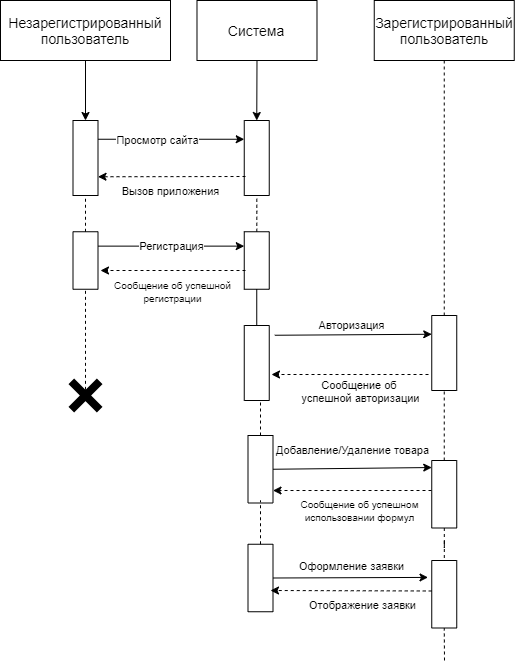
Before: Диаграммы/Диаграмма последовательности.png, a diagram exported from draw.io (NadenkaTropanova/Warehouse). Source tidied: cells renumbered, new cells last; positions are measured from the earlier drawing's top-left corner, leaving out a move shared by most shapes.
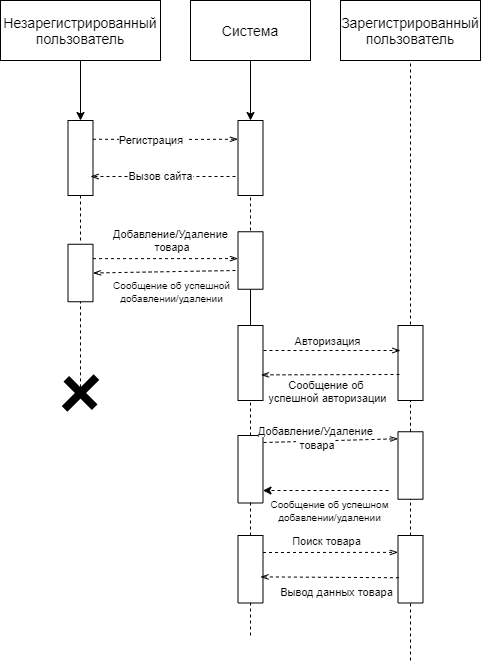
After the commit.

The edit, as a diff of the source:
```diff
@@ -2,173 +2,193 @@
   <root>
     <mxCell id="0" />
     <mxCell id="1" parent="0" />
-    <mxCell id="2" value="&lt;span style=&quot;font-size: 14px&quot;&gt;Незарегистрированный пользователь&lt;/span&gt;" style="rounded=0;whiteSpace=wrap;html=1;" parent="1" vertex="1">
-      <mxGeometry width="170" height="60" as="geometry" />
+    <mxCell id="2" value="&lt;font style=&quot;font-size: 14px&quot;&gt;Незарегистрированный пользователь&lt;/font&gt;" style="rounded=0;whiteSpace=wrap;html=1;" parent="1" vertex="1">
+      <mxGeometry x="100" y="330" width="160" height="60" as="geometry" />
     </mxCell>
     <mxCell id="3" value="&lt;font style=&quot;font-size: 14px&quot;&gt;Система&lt;/font&gt;" style="rounded=0;whiteSpace=wrap;html=1;" parent="1" vertex="1">
-      <mxGeometry x="196.5" width="120" height="60" as="geometry" />
+      <mxGeometry x="290" y="330" width="120" height="60" as="geometry" />
     </mxCell>
     <mxCell id="4" value="&lt;font style=&quot;font-size: 14px&quot;&gt;Зарегистрированный пользователь&lt;/font&gt;" style="rounded=0;whiteSpace=wrap;html=1;" parent="1" vertex="1">
-      <mxGeometry x="373.8" width="140" height="60" as="geometry" />
+      <mxGeometry x="440" y="330" width="140" height="60" as="geometry" />
     </mxCell>
-    <mxCell id="5" style="endArrow=classic;html=1;exitX=0.5;exitY=1;exitDx=0;exitDy=0;entryX=0;entryY=0.5;entryDx=0;entryDy=0;" parent="1" edge="1" source="2" target="7">
-      <mxGeometry relative="1" as="geometry" />
-    </mxCell>
-    <mxCell id="6" style="endArrow=classic;html=1;exitX=0.5;exitY=1;exitDx=0;exitDy=0;entryX=0;entryY=0.5;entryDx=0;entryDy=0;" parent="1" edge="1" source="3" target="8">
-      <mxGeometry relative="1" as="geometry" />
-    </mxCell>
-    <mxCell id="7" style="rounded=0;whiteSpace=wrap;html=1;rotation=90;" parent="1" vertex="1">
-      <mxGeometry x="47.5" y="145" width="75" height="25" as="geometry" />
-    </mxCell>
-    <mxCell id="8" style="rounded=0;whiteSpace=wrap;html=1;rotation=90;" parent="1" vertex="1">
-      <mxGeometry x="218.8" y="145" width="75" height="25" as="geometry" />
-    </mxCell>
-    <mxCell id="9" style="endArrow=classic;html=1;entryX=0.25;entryY=1;entryDx=0;entryDy=0;exitX=0.25;exitY=0;exitDx=0;exitDy=0;" parent="1" edge="1" source="7" target="8">
-      <mxGeometry relative="1" as="geometry" />
-    </mxCell>
-    <mxCell id="10" value="Просмотр сайта" style="edgeLabel;html=1;align=center;verticalAlign=middle;" parent="9" vertex="1">
-      <mxGeometry x="-0.2" relative="1" as="geometry" />
-    </mxCell>
-    <mxCell id="11" style="endArrow=classic;html=1;dashed=1;entryX=0.75;entryY=0;entryDx=0;entryDy=0;" parent="1" edge="1" target="7">
-      <mxGeometry relative="1" as="geometry">
-        <mxPoint x="245" y="176" as="sourcePoint" />
-      </mxGeometry>
-    </mxCell>
-    <mxCell id="12" value="Вызов приложения&lt;br&gt;" style="edgeLabel;html=1;align=center;verticalAlign=middle;" parent="11" vertex="1">
-      <mxGeometry x="-0.24" y="-1" relative="1" as="geometry">
-        <mxPoint x="-19" y="15" as="offset" />
-      </mxGeometry>
-    </mxCell>
-    <mxCell id="13" style="endArrow=none;dashed=1;html=1;entryX=1;entryY=0.5;entryDx=0;entryDy=0;exitX=0;exitY=0.5;exitDx=0;exitDy=0;" parent="1" edge="1" source="14" target="7">
-      <mxGeometry relative="1" as="geometry" />
-    </mxCell>
-    <mxCell id="14" style="rounded=0;whiteSpace=wrap;html=1;rotation=90;" parent="1" vertex="1">
-      <mxGeometry x="56.2" y="247.5" width="57.5" height="25" as="geometry" />
-    </mxCell>
-    <mxCell id="15" style="edgeStyle=orthogonalEdgeStyle;rounded=0;jettySize=auto;html=1;endArrow=none;endFill=0;dashed=1;" parent="1" edge="1" source="16" target="8">
-      <mxGeometry relative="1" as="geometry" />
-    </mxCell>
-    <mxCell id="16" style="rounded=0;whiteSpace=wrap;html=1;rotation=90;" parent="1" vertex="1">
-      <mxGeometry x="227.5" y="247.5" width="57.5" height="25" as="geometry" />
-    </mxCell>
+    <mxCell id="46" style="endArrow=classic;html=1;exitX=0.5;exitY=1;exitDx=0;exitDy=0;entryX=0;entryY=0.5;entryDx=0;entryDy=0;" parent="1" edge="1" source="2" target="48">
+      <mxGeometry relative="1" as="geometry" />
+    </mxCell>
+    <mxCell id="47" style="endArrow=classic;html=1;exitX=0.5;exitY=1;exitDx=0;exitDy=0;" parent="1" edge="1" source="3">
+      <mxGeometry relative="1" as="geometry">
+        <mxPoint x="350" y="450" as="targetPoint" />
+      </mxGeometry>
+    </mxCell>
+    <mxCell id="48" style="rounded=0;whiteSpace=wrap;html=1;rotation=90;" parent="1" vertex="1">
+      <mxGeometry x="142.5" y="475" width="75" height="25" as="geometry" />
+    </mxCell>
+    <mxCell id="49" style="rounded=0;whiteSpace=wrap;html=1;rotation=90;" parent="1" vertex="1">
+      <mxGeometry x="312.5" y="475" width="75" height="25" as="geometry" />
+    </mxCell>
+    <mxCell id="50" style="endArrow=openThin;html=1;entryX=0.25;entryY=1;entryDx=0;entryDy=0;exitX=0.25;exitY=0;exitDx=0;exitDy=0;dashed=1;endFill=0;" parent="1" edge="1" source="48" target="49">
+      <mxGeometry relative="1" as="geometry">
+        <Array as="points">
+          <mxPoint x="260" y="469" />
+        </Array>
+      </mxGeometry>
+    </mxCell>
-    <mxCell id="17" value="Регистрация" style="endArrow=classic;html=1;entryX=0.25;entryY=1;entryDx=0;entryDy=0;exitX=0.25;exitY=0;exitDx=0;exitDy=0;" parent="1" edge="1" source="14" target="16">
-      <mxGeometry relative="1" as="geometry" />
+    <mxCell id="17" value="Регистрация&amp;nbsp;" style="edgeLabel;html=1;align=center;verticalAlign=middle;" parent="50" vertex="1">
+      <mxGeometry x="-0.2" relative="1" as="geometry" />
     </mxCell>
-    <mxCell id="18" style="endArrow=classic;html=1;dashed=1;" parent="1" edge="1">
-      <mxGeometry relative="1" as="geometry">
-        <mxPoint x="245" y="270" as="sourcePoint" />
-        <mxPoint x="100" y="270" as="targetPoint" />
-      </mxGeometry>
-    </mxCell>
-    <mxCell id="19" value="&lt;font style=&quot;font-size: 10px&quot;&gt;Сообщение об успешной&lt;br&gt;регистрации&lt;/font&gt;" style="edgeLabel;html=1;align=center;verticalAlign=middle;" parent="18" vertex="1">
-      <mxGeometry x="-0.38" relative="1" as="geometry">
-        <mxPoint x="-29" y="20" as="offset" />
-      </mxGeometry>
-    </mxCell>
-    <mxCell id="20" style="endArrow=none;html=1;entryX=1;entryY=0.5;entryDx=0;entryDy=0;" parent="1" edge="1" source="21" target="16">
-      <mxGeometry relative="1" as="geometry" />
-    </mxCell>
-    <mxCell id="21" style="rounded=0;whiteSpace=wrap;html=1;rotation=90;" parent="1" vertex="1">
-      <mxGeometry x="218.8" y="350" width="75" height="25" as="geometry" />
-    </mxCell>
-    <mxCell id="22" style="endArrow=none;dashed=1;html=1;entryX=1;entryY=0.5;entryDx=0;entryDy=0;exitX=0;exitY=0;exitDx=16;exitDy=16;exitPerimeter=0;" parent="1" edge="1" source="23" target="14">
-      <mxGeometry relative="1" as="geometry" />
-    </mxCell>
-    <mxCell id="23" style="shape=cross;whiteSpace=wrap;html=1;strokeWidth=10;strokeColor=none;fillColor=#000000;rotation=45;fontSize=1;textOpacity=40;fontStyle=0;" parent="1" vertex="1">
-      <mxGeometry x="65" y="375" width="40" height="40" as="geometry" />
-    </mxCell>
-    <mxCell id="24" style="rounded=0;whiteSpace=wrap;html=1;rotation=90;" parent="1" vertex="1">
-      <mxGeometry x="226.2" y="456.2" width="67.5" height="25" as="geometry" />
-    </mxCell>
-    <mxCell id="25" style="endArrow=none;dashed=1;html=1;exitX=0;exitY=0.5;exitDx=0;exitDy=0;" parent="1" edge="1" source="24">
-      <mxGeometry relative="1" as="geometry">
-        <mxPoint x="260" y="400" as="targetPoint" />
-      </mxGeometry>
-    </mxCell>
-    <mxCell id="26" style="rounded=0;whiteSpace=wrap;html=1;rotation=90;" parent="1" vertex="1">
-      <mxGeometry x="226.2" y="565" width="67.5" height="25" as="geometry" />
-    </mxCell>
-    <mxCell id="27" style="endArrow=none;dashed=1;html=1;exitX=0;exitY=0.5;exitDx=0;exitDy=0;" parent="1" edge="1" source="26">
-      <mxGeometry relative="1" as="geometry">
-        <mxPoint x="260" y="500" as="targetPoint" />
-      </mxGeometry>
-    </mxCell>
-    <mxCell id="28" style="endArrow=none;dashed=1;html=1;entryX=0.5;entryY=1;entryDx=0;entryDy=0;exitX=0;exitY=0.5;exitDx=0;exitDy=0;" parent="1" edge="1" source="29" target="4">
-      <mxGeometry relative="1" as="geometry" />
-    </mxCell>
-    <mxCell id="29" style="rounded=0;whiteSpace=wrap;html=1;rotation=90;" parent="1" vertex="1">
-      <mxGeometry x="406.2" y="340" width="75" height="25" as="geometry" />
-    </mxCell>
-    <mxCell id="30" style="edgeStyle=orthogonalEdgeStyle;rounded=0;jettySize=auto;html=1;dashed=1;endArrow=none;endFill=0;" parent="1" edge="1" source="31" target="33">
-      <mxGeometry relative="1" as="geometry" />
-    </mxCell>
-    <mxCell id="31" style="rounded=0;whiteSpace=wrap;html=1;rotation=90;" parent="1" vertex="1">
-      <mxGeometry x="410" y="481.2" width="67.5" height="25" as="geometry" />
-    </mxCell>
-    <mxCell id="32" style="endArrow=none;dashed=1;html=1;exitX=0;exitY=0.5;exitDx=0;exitDy=0;" parent="1" edge="1" source="31" target="29">
-      <mxGeometry relative="1" as="geometry" />
-    </mxCell>
-    <mxCell id="33" style="rounded=0;whiteSpace=wrap;html=1;rotation=90;" parent="1" vertex="1">
-      <mxGeometry x="410" y="581.2" width="67.5" height="25" as="geometry" />
-    </mxCell>
-    <mxCell id="34" style="endArrow=classic;html=1;entryX=0.25;entryY=1;entryDx=0;entryDy=0;exitX=0.13;exitY=-0.221;exitDx=0;exitDy=0;exitPerimeter=0;" parent="1" edge="1" source="21" target="29">
-      <mxGeometry relative="1" as="geometry" />
-    </mxCell>
+    <mxCell id="51" style="endArrow=openThin;html=1;dashed=1;entryX=0.747;entryY=0.1;entryDx=0;entryDy=0;entryPerimeter=0;endFill=0;" parent="1" edge="1" target="48">
+      <mxGeometry relative="1" as="geometry">
+        <mxPoint x="335" y="506" as="sourcePoint" />
+      </mxGeometry>
+    </mxCell>
+    <mxCell id="52" value="Вызов сайта" style="edgeLabel;html=1;align=center;verticalAlign=middle;" parent="51" vertex="1">
+      <mxGeometry x="-0.24" y="-1" relative="1" as="geometry">
+        <mxPoint x="-20" as="offset" />
+      </mxGeometry>
+    </mxCell>
+    <mxCell id="53" style="endArrow=none;dashed=1;html=1;entryX=1;entryY=0.5;entryDx=0;entryDy=0;" parent="1" edge="1" target="48">
+      <mxGeometry relative="1" as="geometry">
+        <mxPoint x="180" y="570" as="sourcePoint" />
+      </mxGeometry>
+    </mxCell>
+    <mxCell id="54" style="endArrow=none;dashed=1;html=1;entryX=1;entryY=0.5;entryDx=0;entryDy=0;" parent="1" edge="1" target="49">
+      <mxGeometry relative="1" as="geometry">
+        <mxPoint x="350" y="560" as="sourcePoint" />
+        <Array as="points">
+          <mxPoint x="350" y="540" />
+        </Array>
+      </mxGeometry>
+    </mxCell>
+    <mxCell id="55" style="rounded=0;whiteSpace=wrap;html=1;rotation=90;" parent="1" vertex="1">
+      <mxGeometry x="151.2" y="590" width="57.5" height="25" as="geometry" />
+    </mxCell>
+    <mxCell id="56" style="rounded=0;whiteSpace=wrap;html=1;rotation=90;" parent="1" vertex="1">
+      <mxGeometry x="321.2" y="577.5" width="57.5" height="25" as="geometry" />
+    </mxCell>
+    <mxCell id="57" value="Добавление/Удаление&lt;br&gt;&amp;nbsp;товара" style="endArrow=openThin;html=1;entryX=0.467;entryY=1;entryDx=0;entryDy=0;exitX=0.25;exitY=0;exitDx=0;exitDy=0;entryPerimeter=0;align=center;dashed=1;endFill=0;" parent="1" edge="1" source="55" target="56">
+      <mxGeometry x="0.07" y="18" relative="1" as="geometry" />
+    </mxCell>
+    <mxCell id="58" style="endArrow=openThin;html=1;dashed=1;entryX=0.5;entryY=0;entryDx=0;entryDy=0;endFill=0;" parent="1" edge="1" target="55">
+      <mxGeometry relative="1" as="geometry">
+        <mxPoint x="335" y="600" as="sourcePoint" />
+      </mxGeometry>
+    </mxCell>
+    <mxCell id="59" value="&lt;font style=&quot;font-size: 10px&quot;&gt;Сообщение об успешной&lt;br&gt;добавлении/удалении&lt;br&gt;&lt;/font&gt;" style="edgeLabel;html=1;align=center;verticalAlign=middle;" parent="58" vertex="1">
+      <mxGeometry x="-0.38" relative="1" as="geometry">
+        <mxPoint x="-20" y="20" as="offset" />
+      </mxGeometry>
+    </mxCell>
+    <mxCell id="60" style="endArrow=none;html=1;entryX=1;entryY=0.5;entryDx=0;entryDy=0;" parent="1" edge="1" target="56">
+      <mxGeometry relative="1" as="geometry">
+        <mxPoint x="350" y="660" as="sourcePoint" />
+      </mxGeometry>
+    </mxCell>
+    <mxCell id="61" style="rounded=0;whiteSpace=wrap;html=1;rotation=90;" parent="1" vertex="1">
+      <mxGeometry x="312.5" y="680" width="75" height="25" as="geometry" />
+    </mxCell>
+    <mxCell id="62" style="endArrow=none;dashed=1;html=1;entryX=1;entryY=0.5;entryDx=0;entryDy=0;exitX=0;exitY=0;exitDx=16;exitDy=18.5;exitPerimeter=0;" parent="1" edge="1" source="63" target="55">
+      <mxGeometry relative="1" as="geometry" />
+    </mxCell>
+    <mxCell id="63" style="shape=cross;whiteSpace=wrap;html=1;strokeWidth=10;strokeColor=none;fillColor=#000000;rotation=45;fontSize=1;textOpacity=40;fontStyle=0;" parent="1" vertex="1">
+      <mxGeometry x="160" y="700" width="40" height="45" as="geometry" />
+    </mxCell>
+    <mxCell id="64" style="rounded=0;whiteSpace=wrap;html=1;rotation=90;" parent="1" vertex="1">
+      <mxGeometry x="316.2" y="786.2" width="67.5" height="25" as="geometry" />
+    </mxCell>
+    <mxCell id="65" style="endArrow=none;dashed=1;html=1;exitX=0;exitY=0.5;exitDx=0;exitDy=0;" parent="1" edge="1" source="64">
+      <mxGeometry relative="1" as="geometry">
+        <mxPoint x="350" y="730" as="targetPoint" />
+      </mxGeometry>
+    </mxCell>
+    <mxCell id="66" style="rounded=0;whiteSpace=wrap;html=1;rotation=90;" parent="1" vertex="1">
+      <mxGeometry x="316.2" y="886.2" width="67.5" height="25" as="geometry" />
+    </mxCell>
+    <mxCell id="67" style="endArrow=none;dashed=1;html=1;exitX=0;exitY=0.5;exitDx=0;exitDy=0;" parent="1" edge="1" source="66">
+      <mxGeometry relative="1" as="geometry">
+        <mxPoint x="350" y="830" as="targetPoint" />
+      </mxGeometry>
+    </mxCell>
+    <mxCell id="68" style="endArrow=none;dashed=1;html=1;exitX=0;exitY=0.5;exitDx=0;exitDy=0;" parent="1" edge="1">
+      <mxGeometry relative="1" as="geometry">
+        <mxPoint x="350" y="965" as="sourcePoint" />
+        <mxPoint x="350" y="930" as="targetPoint" />
+      </mxGeometry>
+    </mxCell>
+    <mxCell id="69" style="endArrow=none;dashed=1;html=1;entryX=0.5;entryY=1;entryDx=0;entryDy=0;" parent="1" edge="1" target="4">
+      <mxGeometry relative="1" as="geometry">
+        <mxPoint x="510" y="660" as="sourcePoint" />
+      </mxGeometry>
+    </mxCell>
+    <mxCell id="70" style="rounded=0;whiteSpace=wrap;html=1;rotation=90;" parent="1" vertex="1">
+      <mxGeometry x="472.5" y="680" width="75" height="25" as="geometry" />
+    </mxCell>
+    <mxCell id="71" style="rounded=0;whiteSpace=wrap;html=1;rotation=90;" parent="1" vertex="1">
+      <mxGeometry x="476.2" y="782.5" width="67.5" height="25" as="geometry" />
+    </mxCell>
+    <mxCell id="72" style="endArrow=none;dashed=1;html=1;exitX=0;exitY=0.5;exitDx=0;exitDy=0;entryX=1;entryY=0.5;entryDx=0;entryDy=0;" parent="1" edge="1" source="71" target="70">
+      <mxGeometry relative="1" as="geometry" />
+    </mxCell>
+    <mxCell id="73" style="rounded=0;whiteSpace=wrap;html=1;rotation=90;" parent="1" vertex="1">
+      <mxGeometry x="476.2" y="886.2" width="67.5" height="25" as="geometry" />
+    </mxCell>
+    <mxCell id="74" style="endArrow=none;dashed=1;html=1;exitX=0;exitY=0.5;exitDx=0;exitDy=0;entryX=1;entryY=0.5;entryDx=0;entryDy=0;" parent="1" edge="1" source="73" target="71">
+      <mxGeometry relative="1" as="geometry" />
+    </mxCell>
+    <mxCell id="75" style="endArrow=openThin;html=1;dashed=1;endFill=0;" parent="1" edge="1">
+      <mxGeometry relative="1" as="geometry">
+        <mxPoint x="363" y="680" as="sourcePoint" />
+        <mxPoint x="500" y="680" as="targetPoint" />
+      </mxGeometry>
+    </mxCell>
-    <mxCell id="35" value="Авторизация" style="edgeLabel;html=1;align=center;verticalAlign=middle;" parent="34" vertex="1">
+    <mxCell id="35" value="Авторизация" style="edgeLabel;html=1;align=center;verticalAlign=middle;" parent="75" vertex="1">
       <mxGeometry x="0.28" y="-3" relative="1" as="geometry">
         <mxPoint x="-24.2" y="-13" as="offset" />
       </mxGeometry>
     </mxCell>
-    <mxCell id="36" style="endArrow=classic;html=1;dashed=1;" parent="1" edge="1">
-      <mxGeometry relative="1" as="geometry">
-        <mxPoint x="428" y="374" as="sourcePoint" />
-        <mxPoint x="271" y="374" as="targetPoint" />
-      </mxGeometry>
-    </mxCell>
+    <mxCell id="76" style="endArrow=openThin;html=1;dashed=1;exitX=0.653;exitY=0.94;exitDx=0;exitDy=0;exitPerimeter=0;endFill=0;" parent="1" edge="1" source="70">
+      <mxGeometry relative="1" as="geometry">
+        <mxPoint x="360.5" y="704.4" as="targetPoint" />
+      </mxGeometry>
+    </mxCell>
-    <mxCell id="37" value="Сообщение об &lt;br&gt;успешной авторизации" style="edgeLabel;html=1;align=center;verticalAlign=middle;" parent="36" vertex="1">
+    <mxCell id="37" value="Сообщение об &lt;br&gt;успешной авторизации" style="edgeLabel;html=1;align=center;verticalAlign=middle;" parent="76" vertex="1">
       <mxGeometry x="-0.17" y="1" relative="1" as="geometry">
-        <mxPoint x="-4" y="15" as="offset" />
+        <mxPoint x="-16.1" y="14.9" as="offset" />
       </mxGeometry>
     </mxCell>
-    <mxCell id="38" style="endArrow=classic;html=1;entryX=0.104;entryY=1;entryDx=0;entryDy=0;exitX=0.5;exitY=0;exitDx=0;exitDy=0;entryPerimeter=0;" parent="1" edge="1" source="24" target="31">
-      <mxGeometry relative="1" as="geometry" />
-    </mxCell>
-    <mxCell id="39" value="Добавление/Удаление товара" style="edgeLabel;html=1;align=center;verticalAlign=middle;" parent="38" vertex="1">
-      <mxGeometry x="-0.45" y="3" relative="1" as="geometry">
-        <mxPoint x="35" y="-16" as="offset" />
-      </mxGeometry>
-    </mxCell>
-    <mxCell id="40" value="&lt;font style=&quot;font-size: 10px&quot;&gt;Сообщение об успешном&lt;br&gt;использовании формул&lt;/font&gt;" style="endArrow=classic;html=1;dashed=1;entryX=0.815;entryY=0;entryDx=0;entryDy=0;entryPerimeter=0;" parent="1" edge="1" target="24">
-      <mxGeometry x="-0.08" y="20" relative="1" as="geometry">
-        <mxPoint x="431" y="490" as="sourcePoint" />
-        <mxPoint x="1" as="offset" />
-      </mxGeometry>
-    </mxCell>
-    <mxCell id="41" style="endArrow=classic;html=1;exitX=0.5;exitY=0;exitDx=0;exitDy=0;" parent="1" edge="1" source="26">
-      <mxGeometry relative="1" as="geometry">
-        <mxPoint x="427.5" y="576.9" as="targetPoint" />
-      </mxGeometry>
-    </mxCell>
-    <mxCell id="42" value="Оформление заявки" style="edgeLabel;html=1;align=center;verticalAlign=middle;" parent="41" vertex="1">
-      <mxGeometry x="0.39" y="3" relative="1" as="geometry">
-        <mxPoint x="-31.1" y="-9" as="offset" />
-      </mxGeometry>
-    </mxCell>
-    <mxCell id="43" style="endArrow=classic;html=1;dashed=1;exitX=0.25;exitY=1;exitDx=0;exitDy=0;" parent="1" edge="1">
-      <mxGeometry relative="1" as="geometry">
-        <mxPoint x="431.2" y="590.5" as="sourcePoint" />
-        <mxPoint x="270" y="590" as="targetPoint" />
-      </mxGeometry>
-    </mxCell>
-    <mxCell id="44" value="Отображение заявки" style="edgeLabel;html=1;align=center;verticalAlign=middle;" parent="43" vertex="1">
-      <mxGeometry x="-0.35" y="-3" relative="1" as="geometry">
-        <mxPoint x="-17.1" y="16.9" as="offset" />
-      </mxGeometry>
-    </mxCell>
-    <mxCell id="45" style="endArrow=none;dashed=1;html=1;entryX=1;entryY=0.5;entryDx=0;entryDy=0;" parent="1" edge="1" target="33">
-      <mxGeometry relative="1" as="geometry">
-        <mxPoint x="444" y="660" as="sourcePoint" />
-      </mxGeometry>
-    </mxCell>
+    <mxCell id="77" style="endArrow=openThin;html=1;entryX=0.104;entryY=1;entryDx=0;entryDy=0;exitX=0.104;exitY=-0.02;exitDx=0;exitDy=0;exitPerimeter=0;entryPerimeter=0;dashed=1;endFill=0;" parent="1" edge="1" source="64" target="71">
+      <mxGeometry relative="1" as="geometry" />
+    </mxCell>
+    <mxCell id="78" value="&lt;font style=&quot;font-size: 10px&quot;&gt;Сообщение об успешном&lt;br&gt;добавлении/удалении&lt;br&gt;&lt;/font&gt;" style="endArrow=classic;html=1;dashed=1;entryX=0.815;entryY=0;entryDx=0;entryDy=0;entryPerimeter=0;" parent="1" edge="1" target="64">
+      <mxGeometry x="-0.08" y="20" relative="1" as="geometry">
+        <mxPoint x="488" y="820" as="sourcePoint" />
+      </mxGeometry>
+    </mxCell>
+    <mxCell id="79" style="endArrow=openThin;html=1;endFill=0;dashed=1;entryX=0.25;entryY=1;entryDx=0;entryDy=0;" parent="1" edge="1" target="73">
+      <mxGeometry relative="1" as="geometry">
+        <mxPoint x="362.5" y="882" as="sourcePoint" />
+      </mxGeometry>
+    </mxCell>
+    <mxCell id="80" value="Поиск товара" style="edgeLabel;html=1;align=center;verticalAlign=middle;" parent="79" vertex="1">
+      <mxGeometry x="0.39" y="3" relative="1" as="geometry">
+        <mxPoint x="-31.1" y="-9" as="offset" />
+      </mxGeometry>
+    </mxCell>
+    <mxCell id="81" style="endArrow=openThin;html=1;dashed=1;exitX=0.626;exitY=0.964;exitDx=0;exitDy=0;exitPerimeter=0;endFill=0;" parent="1" edge="1" source="73">
+      <mxGeometry relative="1" as="geometry">
+        <mxPoint x="360" y="906.4" as="targetPoint" />
+      </mxGeometry>
+    </mxCell>
+    <mxCell id="82" value="Вывод данных товара" style="edgeLabel;html=1;align=center;verticalAlign=middle;" parent="81" vertex="1">
+      <mxGeometry x="-0.35" y="-3" relative="1" as="geometry">
+        <mxPoint x="-17.1" y="16.9" as="offset" />
+      </mxGeometry>
+    </mxCell>
+    <mxCell id="83" style="endArrow=none;dashed=1;html=1;entryX=1;entryY=0.5;entryDx=0;entryDy=0;" parent="1" edge="1" target="73">
+      <mxGeometry relative="1" as="geometry">
+        <mxPoint x="510" y="990" as="sourcePoint" />
+      </mxGeometry>
+    </mxCell>
+    <mxCell id="84" value="&lt;span style=&quot;font-size: 11px ; background-color: rgb(255 , 255 , 255)&quot;&gt;Добавление/Удаление&lt;/span&gt;&lt;br style=&quot;font-size: 11px&quot;&gt;&lt;span style=&quot;font-size: 11px ; background-color: rgb(255 , 255 , 255)&quot;&gt;&amp;nbsp;товара&lt;/span&gt;" style="text;html=1;align=center;verticalAlign=middle;strokeColor=none;" parent="1" vertex="1">
+      <mxGeometry x="350" y="752.5" width="130" height="30" as="geometry" />
+    </mxCell>
   </root>
 </mxGraphModel>
```
